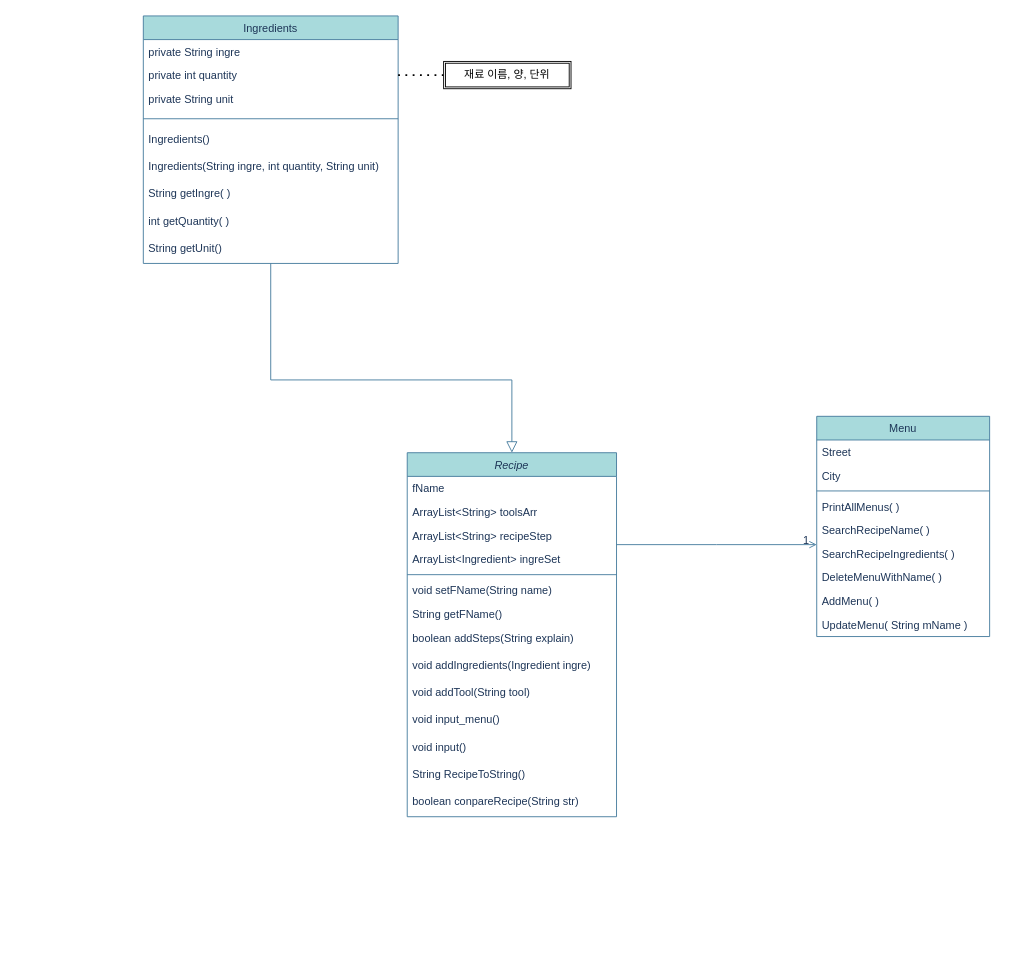
This is Recipe_Project_Diagram_CLI.drawio from James0083/Project_Diagram, a draw.io file, before an edit. Source tidied: cells renumbered, new cells numbered last; positions are measured from the earlier drawing's top-left corner, leaving out a move shared by most shapes. Both pictures are drawn from the tidied source at 91%, with x=0, y=0 at pixel (143, 15).
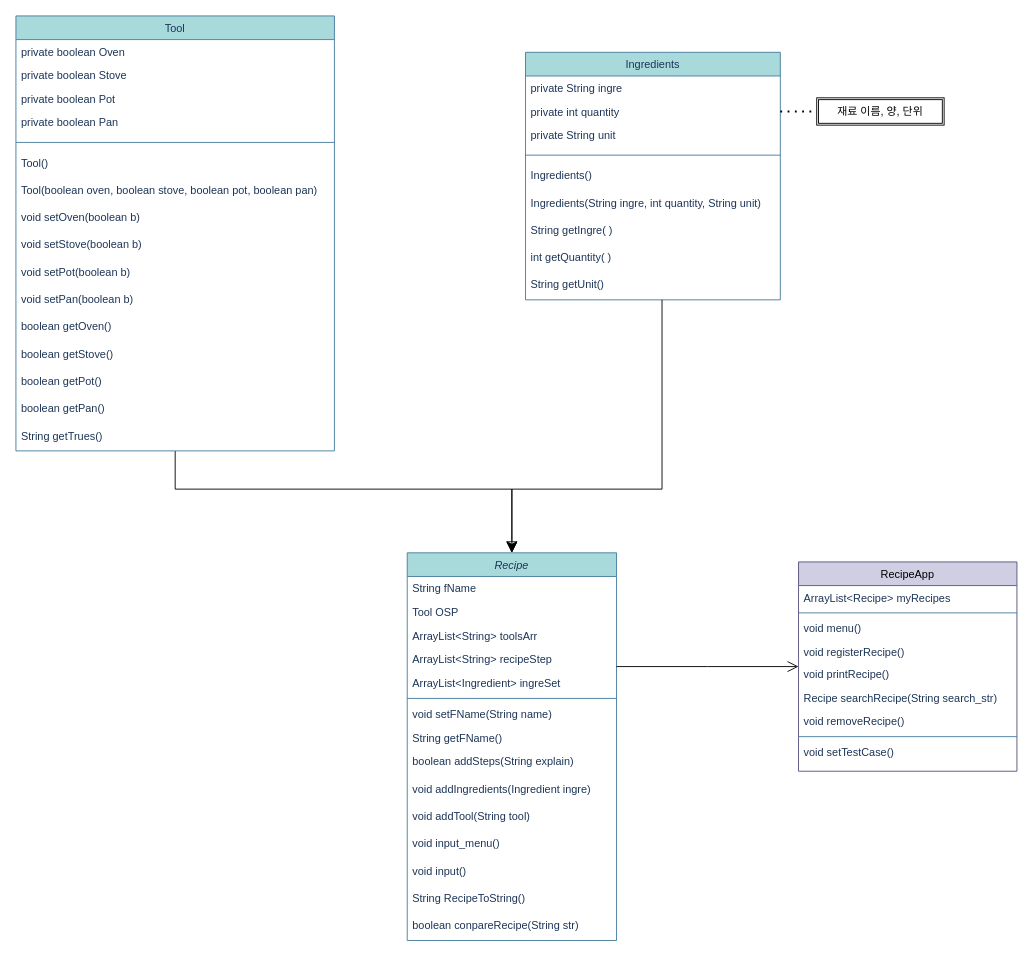
The same diagram, later.

What changed in the source:
```diff
@@
-    <mxCell id="2" value="Recipe" style="swimlane;fontStyle=2;align=center;verticalAlign=top;horizontal=1;startSize=26;rounded=0;shadow=0;strokeWidth=1;labelBackgroundColor=none;fillColor=#A8DADC;strokeColor=#457B9D;fontColor=#1D3557;" parent="1" vertex="1">
-      <mxGeometry x="290" y="480" width="230" height="400" as="geometry" />
+    <mxCell id="2" value="Recipe" style="swimlane;fontStyle=2;align=center;verticalAlign=top;horizontal=1;startSize=26;rounded=0;shadow=0;strokeWidth=1;labelBackgroundColor=none;fillColor=#A8DADC;strokeColor=#457B9D;fontColor=#1D3557;swimlaneFillColor=default;" parent="1" vertex="1">
+      <mxGeometry x="290" y="590" width="230" height="426" as="geometry" />
     </mxCell>
-    <mxCell id="3" value="fName" style="text;align=left;verticalAlign=top;spacingLeft=4;spacingRight=4;overflow=hidden;labelBackgroundColor=none;fontColor=#1D3557;" parent="2" vertex="1">
+    <mxCell id="3" value="String fName" style="text;align=left;verticalAlign=top;spacingLeft=4;spacingRight=4;overflow=hidden;labelBackgroundColor=none;fontColor=#1D3557;" parent="2" vertex="1">
       <mxGeometry y="26" width="230" height="26" as="geometry" />
     </mxCell>
+    <mxCell id="42" value="Tool OSP" style="text;align=left;verticalAlign=top;spacingLeft=4;spacingRight=4;overflow=hidden;labelBackgroundColor=none;fontColor=#1D3557;" parent="2" vertex="1">
+      <mxGeometry y="52" width="230" height="26" as="geometry" />
+    </mxCell>
     <mxCell id="4" value="ArrayList&lt;String&gt; toolsArr" style="text;align=left;verticalAlign=top;spacingLeft=4;spacingRight=4;overflow=hidden;rounded=0;shadow=0;html=0;labelBackgroundColor=none;fontColor=#1D3557;" parent="2" vertex="1">
-      <mxGeometry y="52" width="230" height="26" as="geometry" />
+      <mxGeometry y="78" width="230" height="26" as="geometry" />
     </mxCell>
     <mxCell id="5" value="ArrayList&lt;String&gt; recipeStep" style="text;align=left;verticalAlign=top;spacingLeft=4;spacingRight=4;overflow=hidden;rounded=0;shadow=0;html=0;labelBackgroundColor=none;fontColor=#1D3557;" parent="2" vertex="1">
-      <mxGeometry y="78" width="230" height="26" as="geometry" />
+      <mxGeometry y="104" width="230" height="26" as="geometry" />
     </mxCell>
     <mxCell id="6" value="ArrayList&lt;Ingredient&gt; ingreSet" style="text;align=left;verticalAlign=top;spacingLeft=4;spacingRight=4;overflow=hidden;rounded=0;shadow=0;html=0;labelBackgroundColor=none;fontColor=#1D3557;" parent="2" vertex="1">
-      <mxGeometry y="104" width="230" height="26" as="geometry" />
+      <mxGeometry y="130" width="230" height="26" as="geometry" />
     </mxCell>
     <mxCell id="7" style="line;html=1;strokeWidth=1;align=left;verticalAlign=middle;spacingTop=-1;spacingLeft=3;spacingRight=3;labelPosition=right;labelBackgroundColor=none;fillColor=#A8DADC;strokeColor=#457B9D;fontColor=#1D3557;" parent="2" vertex="1">
-      <mxGeometry y="130" width="230" height="8" as="geometry" />
+      <mxGeometry y="156" width="230" height="8" as="geometry" />
     </mxCell>
     <mxCell id="8" value="void setFName(String name)" style="text;align=left;verticalAlign=top;spacingLeft=4;spacingRight=4;overflow=hidden;labelBackgroundColor=none;fontColor=#1D3557;" parent="2" vertex="1">
-      <mxGeometry y="138" width="230" height="26" as="geometry" />
+      <mxGeometry y="164" width="230" height="26" as="geometry" />
     </mxCell>
     <mxCell id="9" value="String getFName()" style="text;align=left;verticalAlign=top;spacingLeft=4;spacingRight=4;overflow=hidden;labelBackgroundColor=none;fontColor=#1D3557;" parent="2" vertex="1">
-      <mxGeometry y="164" width="230" height="26" as="geometry" />
+      <mxGeometry y="190" width="230" height="26" as="geometry" />
     </mxCell>
     <mxCell id="10" value="boolean addSteps(String explain)" style="text;html=1;strokeColor=none;fillColor=none;align=left;verticalAlign=top;whiteSpace=wrap;rounded=0;fontColor=#1D3557;spacingLeft=4;spacingRight=4;labelBackgroundColor=none;" parent="2" vertex="1">
-      <mxGeometry y="190" width="230" height="30" as="geometry" />
+      <mxGeometry y="216" width="230" height="30" as="geometry" />
     </mxCell>
     <mxCell id="11" value="void addIngredients(Ingredient ingre)" style="text;html=1;strokeColor=none;fillColor=none;align=left;verticalAlign=top;whiteSpace=wrap;rounded=0;fontColor=#1D3557;spacingLeft=4;spacingRight=4;labelBackgroundColor=none;" parent="2" vertex="1">
-      <mxGeometry y="220" width="230" height="30" as="geometry" />
+      <mxGeometry y="246" width="230" height="30" as="geometry" />
     </mxCell>
     <mxCell id="12" value="void addTool(String tool)" style="text;html=1;strokeColor=none;fillColor=none;align=left;verticalAlign=top;whiteSpace=wrap;rounded=0;fontColor=#1D3557;spacingLeft=4;spacingRight=4;labelBackgroundColor=none;" parent="2" vertex="1">
-      <mxGeometry y="250" width="230" height="30" as="geometry" />
+      <mxGeometry y="276" width="230" height="30" as="geometry" />
     </mxCell>
     <mxCell id="13" value="void input_menu()" style="text;html=1;strokeColor=none;fillColor=none;align=left;verticalAlign=top;whiteSpace=wrap;rounded=0;fontColor=#1D3557;spacingLeft=4;spacingRight=4;labelBackgroundColor=none;" parent="2" vertex="1">
-      <mxGeometry y="280" width="230" height="30" as="geometry" />
+      <mxGeometry y="306" width="230" height="30" as="geometry" />
     </mxCell>
     <mxCell id="14" value="void input()" style="text;html=1;strokeColor=none;fillColor=none;align=left;verticalAlign=top;whiteSpace=wrap;rounded=0;fontColor=#1D3557;spacingLeft=4;spacingRight=4;labelBackgroundColor=none;" parent="2" vertex="1">
-      <mxGeometry y="310" width="230" height="30" as="geometry" />
+      <mxGeometry y="336" width="230" height="30" as="geometry" />
     </mxCell>
     <mxCell id="15" value="String RecipeToString()" style="text;html=1;strokeColor=none;fillColor=none;align=left;verticalAlign=top;whiteSpace=wrap;rounded=0;fontColor=#1D3557;spacingLeft=4;spacingRight=4;labelBackgroundColor=none;" parent="2" vertex="1">
-      <mxGeometry y="340" width="230" height="30" as="geometry" />
+      <mxGeometry y="366" width="230" height="30" as="geometry" />
     </mxCell>
     <mxCell id="16" value="boolean conpareRecipe(String str)" style="text;html=1;strokeColor=none;fillColor=none;align=left;verticalAlign=top;whiteSpace=wrap;rounded=0;fontColor=#1D3557;spacingLeft=4;spacingRight=4;labelBackgroundColor=none;" parent="2" vertex="1">
-      <mxGeometry y="370" width="230" height="30" as="geometry" />
+      <mxGeometry y="396" width="230" height="30" as="geometry" />
     </mxCell>
-    <mxCell id="17" value="Ingredients" style="swimlane;fontStyle=0;align=center;verticalAlign=top;horizontal=1;startSize=26;rounded=0;shadow=0;strokeWidth=1;labelBackgroundColor=none;fillColor=#A8DADC;strokeColor=#457B9D;fontColor=#1D3557;" parent="1" vertex="1">
-      <mxGeometry width="280" height="272" as="geometry" />
+    <mxCell id="17" value="Ingredients" style="swimlane;fontStyle=0;align=center;verticalAlign=top;horizontal=1;startSize=26;rounded=0;shadow=0;strokeWidth=1;labelBackgroundColor=none;fillColor=#A8DADC;strokeColor=#457B9D;fontColor=#1D3557;swimlaneFillColor=default;" parent="1" vertex="1">
+      <mxGeometry x="420" y="40" width="280" height="272" as="geometry" />
     </mxCell>
@@
-    <mxCell id="27" style="endArrow=block;endSize=10;endFill=0;shadow=0;strokeWidth=1;rounded=0;edgeStyle=elbowEdgeStyle;elbow=vertical;labelBackgroundColor=none;strokeColor=#457B9D;fontColor=default;entryX=0.5;entryY=0;entryDx=0;entryDy=0;" parent="1" edge="1" source="17" target="2">
+    <mxCell id="27" style="endArrow=block;endSize=10;endFill=0;shadow=0;strokeWidth=1;rounded=0;edgeStyle=elbowEdgeStyle;elbow=vertical;labelBackgroundColor=none;strokeColor=#000000;fontColor=default;entryX=0.5;entryY=0;entryDx=0;entryDy=0;" parent="1" edge="1" source="17" target="2">
       <mxGeometry relative="1" as="geometry">
         <Array as="points">
-          <mxPoint x="450" y="400" />
+          <mxPoint x="570" y="520" />
         </Array>
       </mxGeometry>
     </mxCell>
-    <mxCell id="28" value="Menu" style="swimlane;fontStyle=0;align=center;verticalAlign=top;horizontal=1;startSize=26;rounded=0;shadow=0;strokeWidth=1;labelBackgroundColor=none;fillColor=#A8DADC;strokeColor=#457B9D;fontColor=#1D3557;" parent="1" vertex="1">
-      <mxGeometry x="740" y="440" width="190" height="242" as="geometry" />
+    <mxCell id="28" value="RecipeApp" style="swimlane;fontStyle=0;align=center;verticalAlign=top;horizontal=1;startSize=26;rounded=0;shadow=0;strokeWidth=1;labelBackgroundColor=none;fillColor=#d0cee2;strokeColor=#56517e;swimlaneFillColor=default;" parent="1" vertex="1">
+      <mxGeometry x="720" y="600" width="240" height="230" as="geometry" />
     </mxCell>
-    <mxCell id="29" value="Street" style="text;align=left;verticalAlign=top;spacingLeft=4;spacingRight=4;overflow=hidden;labelBackgroundColor=none;fontColor=#1D3557;" parent="28" vertex="1">
-      <mxGeometry y="26" width="190" height="26" as="geometry" />
+    <mxCell id="29" value="ArrayList&lt;Recipe&gt; myRecipes" style="text;align=left;verticalAlign=top;spacingLeft=4;spacingRight=4;overflow=hidden;labelBackgroundColor=none;fontColor=#1D3557;" parent="28" vertex="1">
+      <mxGeometry y="26" width="240" height="26" as="geometry" />
     </mxCell>
-    <mxCell id="30" value="City" style="text;align=left;verticalAlign=top;spacingLeft=4;spacingRight=4;overflow=hidden;rounded=0;shadow=0;html=0;labelBackgroundColor=none;fontColor=#1D3557;" parent="28" vertex="1">
-      <mxGeometry y="52" width="190" height="26" as="geometry" />
-    </mxCell>
     <mxCell id="31" style="line;html=1;strokeWidth=1;align=left;verticalAlign=middle;spacingTop=-1;spacingLeft=3;spacingRight=3;labelPosition=right;labelBackgroundColor=none;fillColor=#A8DADC;strokeColor=#457B9D;fontColor=#1D3557;" parent="28" vertex="1">
-      <mxGeometry y="78" width="190" height="8" as="geometry" />
+      <mxGeometry y="52" width="240" height="8" as="geometry" />
     </mxCell>
-    <mxCell id="32" value="PrintAllMenus( )" style="text;align=left;verticalAlign=top;spacingLeft=4;spacingRight=4;overflow=hidden;labelBackgroundColor=none;fontColor=#1D3557;" parent="28" vertex="1">
-      <mxGeometry y="86" width="190" height="26" as="geometry" />
+    <mxCell id="32" value="void menu()" style="text;align=left;verticalAlign=top;spacingLeft=4;spacingRight=4;overflow=hidden;labelBackgroundColor=none;fontColor=#1D3557;" parent="28" vertex="1">
+      <mxGeometry y="60" width="240" height="26" as="geometry" />
     </mxCell>
-    <mxCell id="33" value="SearchRecipeName( )" style="text;align=left;verticalAlign=top;spacingLeft=4;spacingRight=4;overflow=hidden;labelBackgroundColor=none;fontColor=#1D3557;" parent="28" vertex="1">
-      <mxGeometry y="112" width="190" height="26" as="geometry" />
+    <mxCell id="33" value="void registerRecipe()" style="text;align=left;verticalAlign=top;spacingLeft=4;spacingRight=4;overflow=hidden;labelBackgroundColor=none;fontColor=#1D3557;" parent="28" vertex="1">
+      <mxGeometry y="86" width="240" height="24" as="geometry" />
     </mxCell>
-    <mxCell id="34" value="SearchRecipeIngredients( )" style="text;align=left;verticalAlign=top;spacingLeft=4;spacingRight=4;overflow=hidden;labelBackgroundColor=none;fontColor=#1D3557;" parent="28" vertex="1">
-      <mxGeometry y="138" width="190" height="26" as="geometry" />
+    <mxCell id="34" value="void printRecipe()" style="text;align=left;verticalAlign=top;spacingLeft=4;spacingRight=4;overflow=hidden;labelBackgroundColor=none;fontColor=#1D3557;" parent="28" vertex="1">
+      <mxGeometry y="110" width="240" height="26" as="geometry" />
     </mxCell>
-    <mxCell id="35" value="DeleteMenuWithName( )" style="text;align=left;verticalAlign=top;spacingLeft=4;spacingRight=4;overflow=hidden;labelBackgroundColor=none;fontColor=#1D3557;" parent="28" vertex="1">
-      <mxGeometry y="164" width="190" height="26" as="geometry" />
+    <mxCell id="35" value="Recipe searchRecipe(String search_str)" style="text;align=left;verticalAlign=top;spacingLeft=4;spacingRight=4;overflow=hidden;labelBackgroundColor=none;fontColor=#1D3557;" parent="28" vertex="1">
+      <mxGeometry y="136" width="240" height="26" as="geometry" />
     </mxCell>
-    <mxCell id="36" value="AddMenu( )" style="text;align=left;verticalAlign=top;spacingLeft=4;spacingRight=4;overflow=hidden;labelBackgroundColor=none;fontColor=#1D3557;" parent="28" vertex="1">
-      <mxGeometry y="190" width="190" height="26" as="geometry" />
+    <mxCell id="36" value="void removeRecipe()" style="text;align=left;verticalAlign=top;spacingLeft=4;spacingRight=4;overflow=hidden;labelBackgroundColor=none;fontColor=#1D3557;" parent="28" vertex="1">
+      <mxGeometry y="162" width="240" height="26" as="geometry" />
     </mxCell>
+    <mxCell id="43" style="line;html=1;strokeWidth=1;align=left;verticalAlign=middle;spacingTop=-1;spacingLeft=3;spacingRight=3;labelPosition=right;labelBackgroundColor=none;fillColor=#A8DADC;strokeColor=#457B9D;fontColor=#1D3557;" parent="28" vertex="1">
+      <mxGeometry y="188" width="240" height="8" as="geometry" />
+    </mxCell>
-    <mxCell id="37" value="UpdateMenu( String mName )" style="text;align=left;verticalAlign=top;spacingLeft=4;spacingRight=4;overflow=hidden;labelBackgroundColor=none;fontColor=#1D3557;" parent="28" vertex="1">
-      <mxGeometry y="216" width="190" height="26" as="geometry" />
+    <mxCell id="37" value="void setTestCase()" style="text;align=left;verticalAlign=top;spacingLeft=4;spacingRight=4;overflow=hidden;labelBackgroundColor=none;fontColor=#1D3557;" parent="28" vertex="1">
+      <mxGeometry y="196" width="240" height="26" as="geometry" />
     </mxCell>
-    <mxCell id="38" style="endArrow=open;shadow=0;strokeWidth=1;rounded=0;endFill=1;edgeStyle=elbowEdgeStyle;elbow=vertical;labelBackgroundColor=none;strokeColor=#457B9D;fontColor=default;" parent="1" edge="1" source="2" target="28">
+    <mxCell id="38" style="endArrow=open;shadow=0;strokeWidth=1;rounded=0;endFill=1;edgeStyle=elbowEdgeStyle;elbow=vertical;labelBackgroundColor=none;strokeColor=#000000;fontColor=default;endSize=10;" parent="1" edge="1" source="2" target="28">
       <mxGeometry x="0.5" y="41" relative="1" as="geometry">
         <mxPoint x="-40" y="32" as="offset" />
       </mxGeometry>
     </mxCell>
-    <mxCell id="39" value="1" style="align=right;verticalAlign=bottom;labelBackgroundColor=none;fontSize=12;fillColor=#A8DADC;strokeColor=#457B9D;fontColor=#1D3557;" parent="38" vertex="1">
-      <mxGeometry x="1" relative="1" as="geometry">
-        <mxPoint x="-7" y="4" as="offset" />
-      </mxGeometry>
-    </mxCell>
@@
     <mxCell id="41" value="재료 이름, 양, 단위" style="shape=ext;double=1;rounded=0;whiteSpace=wrap;html=1;" parent="1" vertex="1">
-      <mxGeometry x="330" y="50" width="140" height="30" as="geometry" />
+      <mxGeometry x="740" y="90" width="140" height="30" as="geometry" />
     </mxCell>
+    <mxCell id="44" style="edgeStyle=orthogonalEdgeStyle;rounded=0;jettySize=auto;html=1;endSize=10;" parent="1" edge="1" source="45" target="2">
+      <mxGeometry relative="1" as="geometry">
+        <Array as="points">
+          <mxPoint x="35" y="520" />
+          <mxPoint x="405" y="520" />
+        </Array>
+      </mxGeometry>
+    </mxCell>
+    <mxCell id="45" value="Tool" style="swimlane;fontStyle=0;align=center;verticalAlign=top;horizontal=1;startSize=26;rounded=0;shadow=0;strokeWidth=1;labelBackgroundColor=none;fillColor=#A8DADC;strokeColor=#457B9D;fontColor=#1D3557;swimlaneFillColor=default;gradientColor=none;" parent="1" vertex="1">
+      <mxGeometry x="-140" width="350" height="478" as="geometry" />
+    </mxCell>
+    <mxCell id="46" value="private boolean Oven" style="text;align=left;verticalAlign=top;spacingLeft=4;spacingRight=4;overflow=hidden;labelBackgroundColor=none;fontColor=#1D3557;" parent="45" vertex="1">
+      <mxGeometry y="26" width="350" height="26" as="geometry" />
+    </mxCell>
+    <mxCell id="47" value="private boolean Stove" style="text;align=left;verticalAlign=top;spacingLeft=4;spacingRight=4;overflow=hidden;labelBackgroundColor=none;fontColor=#1D3557;" parent="45" vertex="1">
+      <mxGeometry y="52" width="350" height="26" as="geometry" />
+    </mxCell>
+    <mxCell id="48" value="private boolean Pot" style="text;align=left;verticalAlign=top;spacingLeft=4;spacingRight=4;overflow=hidden;labelBackgroundColor=none;fontColor=#1D3557;" parent="45" vertex="1">
+      <mxGeometry y="78" width="350" height="26" as="geometry" />
+    </mxCell>
+    <mxCell id="49" value="private boolean Pan" style="text;align=left;verticalAlign=top;spacingLeft=4;spacingRight=4;overflow=hidden;labelBackgroundColor=none;fontColor=#1D3557;" parent="45" vertex="1">
+      <mxGeometry y="104" width="350" height="26" as="geometry" />
+    </mxCell>
+    <mxCell id="50" style="line;html=1;strokeWidth=1;align=left;verticalAlign=middle;spacingTop=-1;spacingLeft=3;spacingRight=3;labelPosition=right;labelBackgroundColor=none;fillColor=#A8DADC;strokeColor=#457B9D;fontColor=#1D3557;" parent="45" vertex="1">
+      <mxGeometry y="130" width="350" height="18" as="geometry" />
+    </mxCell>
+    <mxCell id="51" value="Tool()" style="text;html=1;align=left;verticalAlign=top;strokeColor=none;fillColor=none;fontColor=#1D3557;rounded=0;spacingLeft=4;" parent="45" vertex="1">
+      <mxGeometry y="148" width="350" height="30" as="geometry" />
+    </mxCell>
+    <mxCell id="52" value="Tool(boolean oven, boolean stove, boolean pot, boolean pan)" style="text;html=1;align=left;verticalAlign=top;strokeColor=none;fillColor=none;fontColor=#1D3557;rounded=0;spacingLeft=4;" parent="45" vertex="1">
+      <mxGeometry y="178" width="350" height="30" as="geometry" />
+    </mxCell>
+    <mxCell id="53" value="void setOven(boolean b)" style="text;html=1;align=left;verticalAlign=top;strokeColor=none;fillColor=none;fontColor=#1D3557;rounded=0;spacingLeft=4;" parent="45" vertex="1">
+      <mxGeometry y="208" width="350" height="30" as="geometry" />
+    </mxCell>
+    <mxCell id="54" value="void setStove(boolean b)" style="text;html=1;align=left;verticalAlign=top;strokeColor=none;fillColor=none;fontColor=#1D3557;rounded=0;spacingLeft=4;" parent="45" vertex="1">
+      <mxGeometry y="238" width="350" height="30" as="geometry" />
+    </mxCell>
+    <mxCell id="55" value="void setPot(boolean b)" style="text;html=1;align=left;verticalAlign=top;strokeColor=none;fillColor=none;fontColor=#1D3557;rounded=0;spacingLeft=4;" parent="45" vertex="1">
+      <mxGeometry y="268" width="350" height="30" as="geometry" />
+    </mxCell>
+    <mxCell id="56" value="void setPan(boolean b)" style="text;html=1;align=left;verticalAlign=top;strokeColor=none;fillColor=none;fontColor=#1D3557;rounded=0;spacingLeft=4;" parent="45" vertex="1">
+      <mxGeometry y="298" width="350" height="30" as="geometry" />
+    </mxCell>
+    <mxCell id="57" value="boolean getOven()" style="text;html=1;align=left;verticalAlign=top;strokeColor=none;fillColor=none;fontColor=#1D3557;rounded=0;spacingLeft=4;" parent="45" vertex="1">
+      <mxGeometry y="328" width="350" height="30" as="geometry" />
+    </mxCell>
+    <mxCell id="58" value="boolean getStove()" style="text;html=1;align=left;verticalAlign=top;strokeColor=none;fillColor=none;fontColor=#1D3557;rounded=0;spacingLeft=4;" parent="45" vertex="1">
+      <mxGeometry y="358" width="350" height="30" as="geometry" />
+    </mxCell>
+    <mxCell id="59" value="boolean getPot()" style="text;html=1;align=left;verticalAlign=top;strokeColor=none;fillColor=none;fontColor=#1D3557;rounded=0;spacingLeft=4;" parent="45" vertex="1">
+      <mxGeometry y="388" width="350" height="30" as="geometry" />
+    </mxCell>
+    <mxCell id="60" value="boolean getPan()" style="text;html=1;align=left;verticalAlign=top;strokeColor=none;fillColor=none;fontColor=#1D3557;rounded=0;spacingLeft=4;" parent="45" vertex="1">
+      <mxGeometry y="418" width="350" height="30" as="geometry" />
+    </mxCell>
+    <mxCell id="61" value="String getTrues()" style="text;html=1;align=left;verticalAlign=top;strokeColor=none;fillColor=none;fontColor=#1D3557;rounded=0;spacingLeft=4;" parent="45" vertex="1">
+      <mxGeometry y="448" width="350" height="30" as="geometry" />
+    </mxCell>
```
